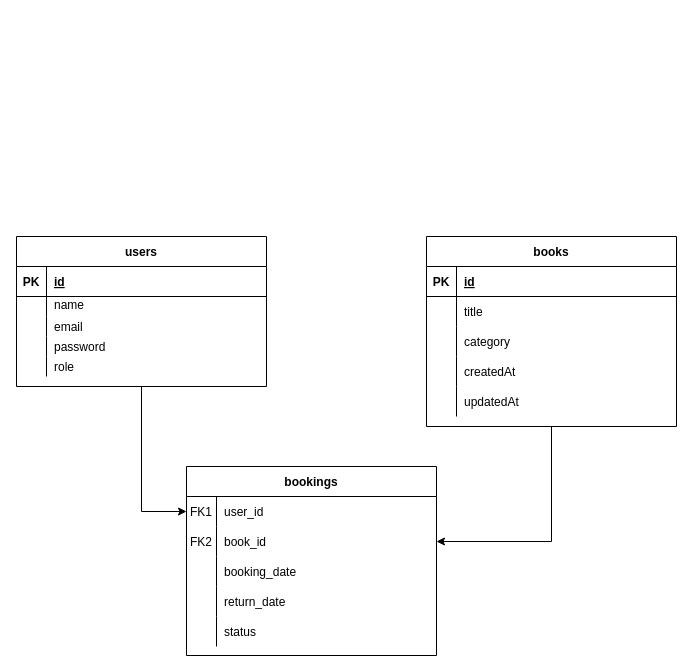
AdrianFadiga/library-manager-backend keeps this draw.io diagram as prisma/db_diagram/Diagrama sem nome.drawio. Above is the earlier version. Source tidied: cells renumbered, new cells numbered last; positions are measured from the earlier drawing's top-left corner, leaving out a move shared by most shapes. Both pictures are drawn from the tidied source at 100%, with x=0, y=0 at pixel (16, 236).
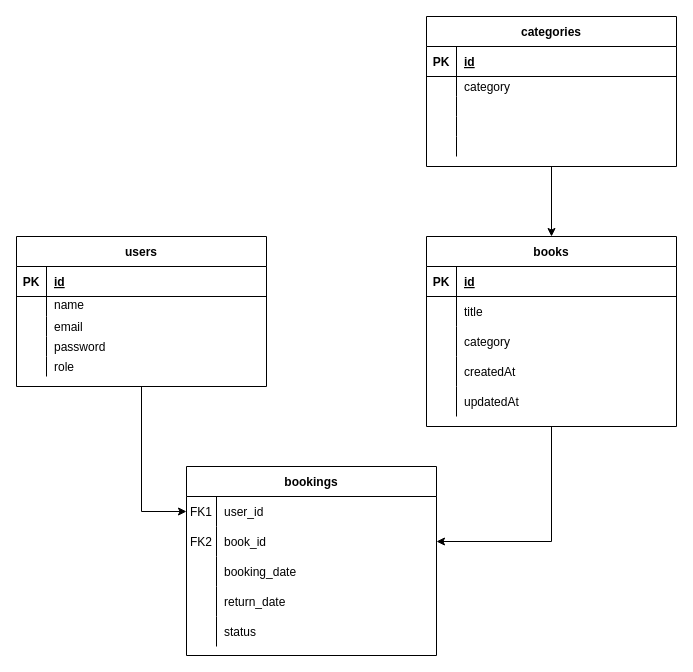
The same diagram, later.

The change refers to these unchanged cells:
```xml
<mxCell id="3" value="books" style="shape=table;startSize=30;childLayout=tableLayout;rowLines=0;fontStyle=1;align=center;" parent="1" vertex="1">
  <mxGeometry x="410" width="250" height="190" as="geometry" />
</mxCell>
```

The edit, as a diff of the source:
```diff
@@
+    <mxCell id="52" style="edgeStyle=orthogonalEdgeStyle;rounded=0;jettySize=auto;html=1;entryX=0.5;entryY=0;entryDx=0;entryDy=0;" parent="1" edge="1" source="53" target="3">
+      <mxGeometry relative="1" as="geometry" />
+    </mxCell>
+    <mxCell id="53" value="categories" style="shape=table;startSize=30;childLayout=tableLayout;rowLines=0;fontStyle=1;align=center;" parent="1" vertex="1">
+      <mxGeometry x="410" y="-220" width="250" height="150" as="geometry" />
+    </mxCell>
+    <mxCell id="54" style="shape=partialRectangle;fillColor=none;top=0;left=0;right=0;bottom=1;" parent="53" vertex="1">
+      <mxGeometry y="30" width="250" height="30" as="geometry" />
+    </mxCell>
+    <mxCell id="55" value="PK" style="shape=partialRectangle;overflow=hidden;fillColor=none;top=0;left=0;bottom=0;right=0;fontStyle=1;" parent="54" vertex="1">
+      <mxGeometry width="30" height="30" as="geometry" />
+    </mxCell>
+    <mxCell id="56" value="id" style="shape=partialRectangle;overflow=hidden;fillColor=none;top=0;left=0;bottom=0;right=0;align=left;spacingLeft=6;fontStyle=5;" parent="54" vertex="1">
+      <mxGeometry x="30" width="220" height="30" as="geometry" />
+    </mxCell>
+    <mxCell id="57" style="shape=partialRectangle;fillColor=none;top=0;left=0;right=0;bottom=0;" parent="53" vertex="1">
+      <mxGeometry y="60" width="250" height="20" as="geometry" />
+    </mxCell>
+    <mxCell id="58" style="shape=partialRectangle;overflow=hidden;fillColor=none;top=0;left=0;bottom=0;right=0;" parent="57" vertex="1">
+      <mxGeometry width="30" height="20" as="geometry" />
+    </mxCell>
+    <mxCell id="59" value="category" style="shape=partialRectangle;overflow=hidden;fillColor=none;top=0;left=0;bottom=0;right=0;align=left;spacingLeft=6;" parent="57" vertex="1">
+      <mxGeometry x="30" width="220" height="20" as="geometry" />
+    </mxCell>
+    <mxCell id="60" style="shape=partialRectangle;fillColor=none;top=0;left=0;right=0;bottom=0;" parent="53" vertex="1">
+      <mxGeometry y="80" width="250" height="20" as="geometry" />
+    </mxCell>
+    <mxCell id="61" style="shape=partialRectangle;overflow=hidden;fillColor=none;top=0;left=0;bottom=0;right=0;" parent="60" vertex="1">
+      <mxGeometry width="30" height="20" as="geometry" />
+    </mxCell>
+    <mxCell id="62" style="shape=partialRectangle;overflow=hidden;fillColor=none;top=0;left=0;bottom=0;right=0;align=left;spacingLeft=6;" parent="60" vertex="1">
+      <mxGeometry x="30" width="220" height="20" as="geometry" />
+    </mxCell>
+    <mxCell id="63" style="shape=partialRectangle;fillColor=none;top=0;left=0;right=0;bottom=0;" parent="53" vertex="1">
+      <mxGeometry y="100" width="250" height="20" as="geometry" />
+    </mxCell>
+    <mxCell id="64" style="shape=partialRectangle;overflow=hidden;fillColor=none;top=0;left=0;bottom=0;right=0;" parent="63" vertex="1">
+      <mxGeometry width="30" height="20" as="geometry" />
+    </mxCell>
+    <mxCell id="65" style="shape=partialRectangle;overflow=hidden;fillColor=none;top=0;left=0;bottom=0;right=0;align=left;spacingLeft=6;" parent="63" vertex="1">
+      <mxGeometry x="30" width="220" height="20" as="geometry" />
+    </mxCell>
+    <mxCell id="66" style="shape=partialRectangle;fillColor=none;top=0;left=0;right=0;bottom=0;" parent="53" vertex="1">
+      <mxGeometry y="120" width="250" height="20" as="geometry" />
+    </mxCell>
+    <mxCell id="67" style="shape=partialRectangle;overflow=hidden;fillColor=none;top=0;left=0;bottom=0;right=0;" parent="66" vertex="1">
+      <mxGeometry width="30" height="20" as="geometry" />
+    </mxCell>
+    <mxCell id="68" style="shape=partialRectangle;overflow=hidden;fillColor=none;top=0;left=0;bottom=0;right=0;align=left;spacingLeft=6;" parent="66" vertex="1">
+      <mxGeometry x="30" width="220" height="20" as="geometry" />
+    </mxCell>
```
